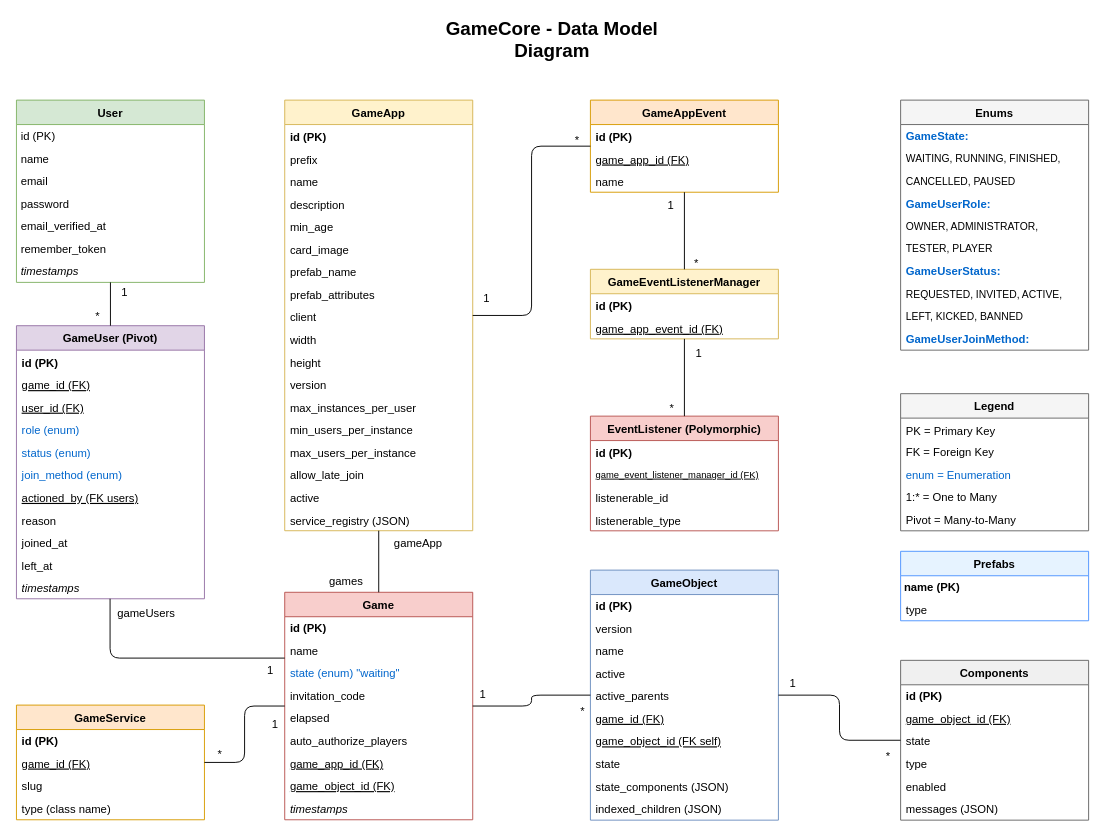
Earlier version of the draw.io diagram docs/diagram.drawio (eormeno/GameCore). Source tidied: cells renumbered, new cells numbered last; positions are measured from the earlier drawing's top-left corner, leaving out a move shared by most shapes. Both pictures are drawn from the tidied source at 94%, with x=0, y=0 at pixel (16, 24).
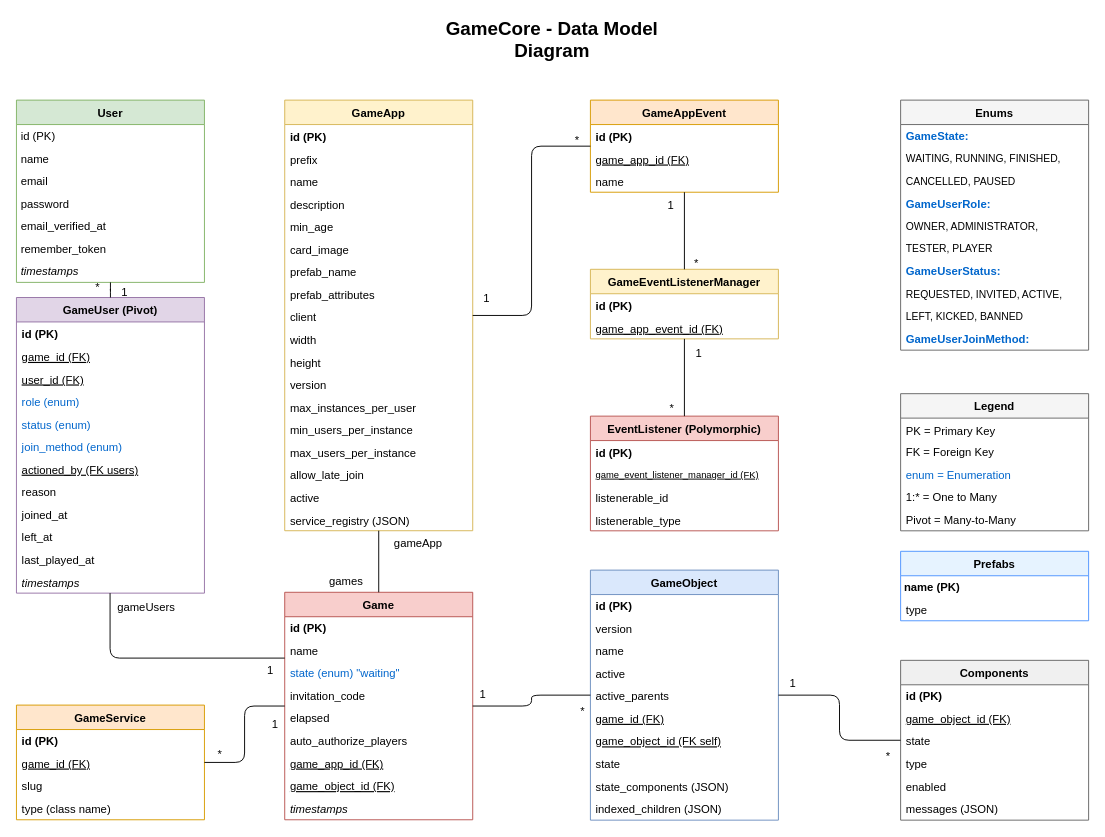
The same diagram, later.

Commit message (it also covers changes not shown here):
refactor: Enhance game app play response structure and add last_played_at field to GameUser model

The edit, as a diff of the source:
```diff
@@
     <mxCell id="39" value="GameUser (Pivot)" style="swimlane;fontStyle=1;align=center;verticalAlign=top;childLayout=tableLayout;horizontal=1;startSize=26;rounded=0;shadow=0;strokeWidth=1;fillColor=#e1d5e7;strokeColor=#9673a6;" parent="1" vertex="1">
-      <mxGeometry y="320" width="200" height="290.5" as="geometry" />
+      <mxGeometry y="290" width="200" height="314.5" as="geometry" />
     </mxCell>
@@
+    <mxCell id="134" value="last_played_at" style="text;align=left;verticalAlign=top;spacingLeft=4;spacingRight=4;overflow=hidden;" parent="39" vertex="1">
+      <mxGeometry y="266" width="200" height="24" as="geometry" />
+    </mxCell>
     <mxCell id="50" value="timestamps" style="text;align=left;verticalAlign=top;spacingLeft=4;spacingRight=4;overflow=hidden;fontStyle=2;" parent="39" vertex="1">
-      <mxGeometry y="266" width="200" height="24" as="geometry" />
+      <mxGeometry y="290" width="200" height="24" as="geometry" />
     </mxCell>
```
